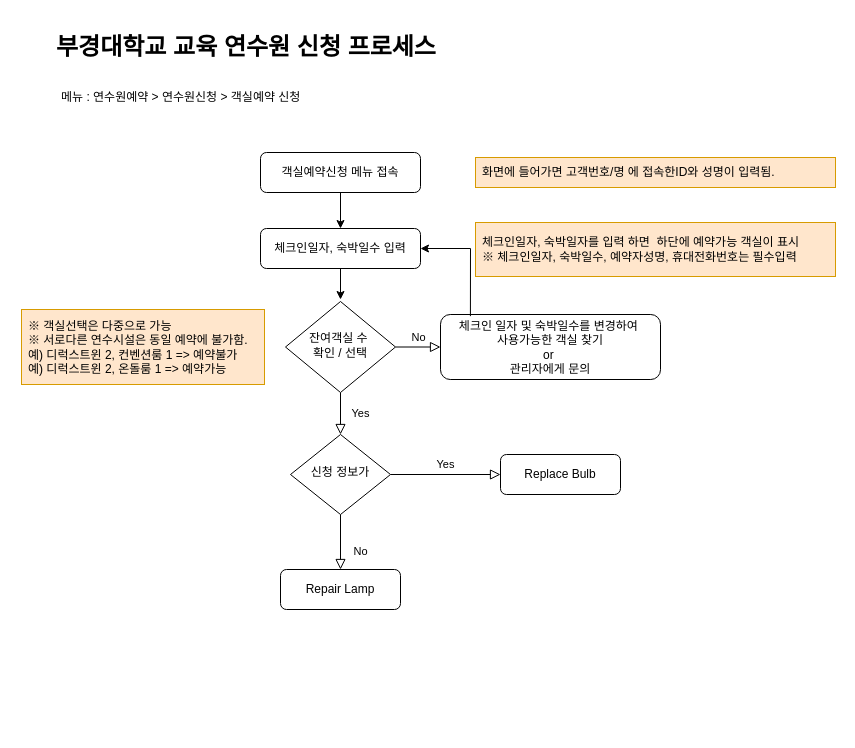
Above: Untitled Diagram.drawio in roykimm/diagram (draw.io), before the change. Source tidied: cells renumbered, new cells numbered last; positions are measured from the earlier drawing's top-left corner, leaving out a move shared by most shapes. Both pictures are drawn from the tidied source at 100%, with x=0, y=0 at pixel (21, 22).
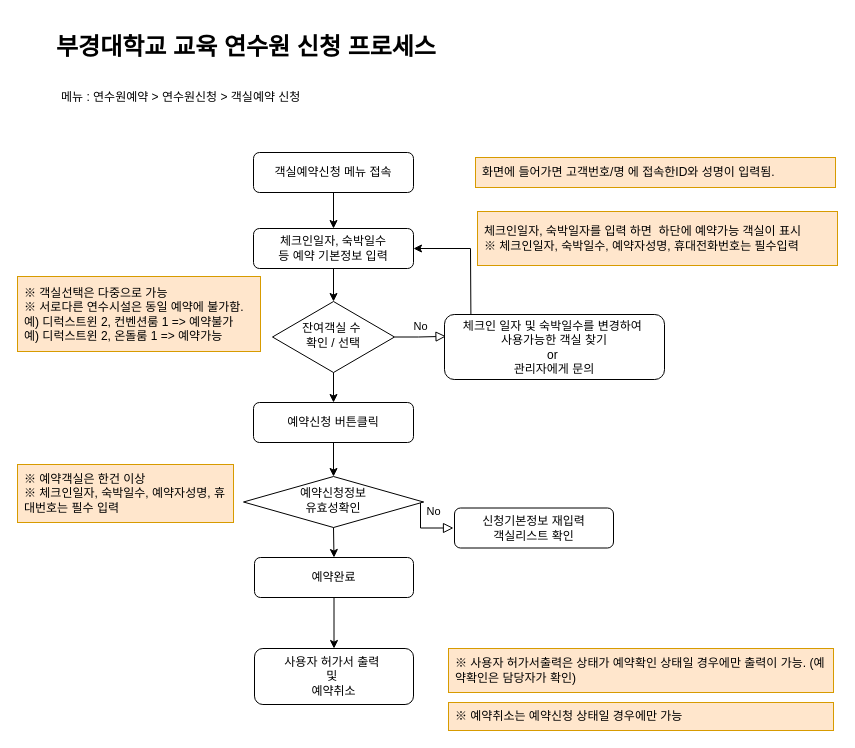
The same page after the edit.

What changed in the source:
```diff
@@
     <mxCell id="2" value="객실예약신청 메뉴 접속" style="rounded=1;whiteSpace=wrap;html=1;fontSize=12;glass=0;strokeWidth=1;shadow=0;" parent="1" vertex="1">
-      <mxGeometry x="239" y="130" width="160" height="40" as="geometry" />
+      <mxGeometry x="232" y="130" width="160" height="40" as="geometry" />
     </mxCell>
-    <mxCell id="3" value="Yes" style="rounded=0;html=1;jettySize=auto;fontSize=11;endArrow=block;endFill=0;endSize=8;strokeWidth=1;shadow=0;labelBackgroundColor=none;edgeStyle=orthogonalEdgeStyle;" parent="1" edge="1" source="5" target="9">
-      <mxGeometry y="20" relative="1" as="geometry" />
-    </mxCell>
-    <mxCell id="4" value="No" style="edgeStyle=orthogonalEdgeStyle;rounded=0;html=1;jettySize=auto;fontSize=11;endArrow=block;endFill=0;endSize=8;strokeWidth=1;shadow=0;labelBackgroundColor=none;entryX=0;entryY=0.5;entryDx=0;entryDy=0;" parent="1" edge="1" source="5" target="6">
-      <mxGeometry y="10" relative="1" as="geometry" />
+    <mxCell id="4" value="No" style="edgeStyle=orthogonalEdgeStyle;rounded=0;html=1;jettySize=auto;fontSize=11;endArrow=block;endFill=0;endSize=8;strokeWidth=1;shadow=0;labelBackgroundColor=none;entryX=0.007;entryY=0.336;entryDx=0;entryDy=0;entryPerimeter=0;exitX=1;exitY=0.5;exitDx=0;exitDy=0;" parent="1" edge="1" source="5" target="6">
+      <mxGeometry y="10" relative="1" as="geometry">
+        <Array as="points">
+          <mxPoint x="397" y="315" />
+        </Array>
+      </mxGeometry>
     </mxCell>
     <mxCell id="5" value="잔여객실 수&amp;nbsp;&lt;br&gt;확인 / 선택" style="rhombus;whiteSpace=wrap;html=1;shadow=0;fontFamily=Helvetica;fontSize=12;align=center;strokeWidth=1;spacing=6;spacingTop=-4;" parent="1" vertex="1">
-      <mxGeometry x="264" y="279" width="110" height="91" as="geometry" />
+      <mxGeometry x="251" y="279" width="122" height="71" as="geometry" />
     </mxCell>
     <mxCell id="6" value="체크인 일자 및 숙박일수를 변경하여&amp;nbsp;&lt;br&gt;사용가능한 객실 찾기&lt;br&gt;or&amp;nbsp;&lt;br&gt;관리자에게 문의" style="rounded=1;whiteSpace=wrap;html=1;fontSize=12;glass=0;strokeWidth=1;shadow=0;" parent="1" vertex="1">
-      <mxGeometry x="419" y="292" width="220" height="65" as="geometry" />
+      <mxGeometry x="423" y="292" width="220" height="65" as="geometry" />
     </mxCell>
-    <mxCell id="7" value="No" style="rounded=0;html=1;jettySize=auto;fontSize=11;endArrow=block;endFill=0;endSize=8;strokeWidth=1;shadow=0;labelBackgroundColor=none;edgeStyle=orthogonalEdgeStyle;" parent="1" edge="1" source="9" target="10">
-      <mxGeometry x="0.33" y="20" relative="1" as="geometry" />
+    <mxCell id="7" value="No" style="rounded=0;html=1;jettySize=auto;fontSize=11;endArrow=block;endFill=0;endSize=8;strokeWidth=1;shadow=0;labelBackgroundColor=none;edgeStyle=orthogonalEdgeStyle;exitX=1;exitY=0.5;exitDx=0;exitDy=0;entryX=0;entryY=0.5;entryDx=0;entryDy=0;" parent="1" edge="1" source="9">
+      <mxGeometry x="-0.33" y="16" relative="1" as="geometry">
+        <mxPoint x="432" y="505.5" as="targetPoint" />
+        <Array as="points">
+          <mxPoint x="399" y="480" />
+          <mxPoint x="399" y="506" />
+        </Array>
+        <mxPoint x="-3" y="-9" as="offset" />
+      </mxGeometry>
     </mxCell>
-    <mxCell id="8" value="Yes" style="edgeStyle=orthogonalEdgeStyle;rounded=0;html=1;jettySize=auto;fontSize=11;endArrow=block;endFill=0;endSize=8;strokeWidth=1;shadow=0;labelBackgroundColor=none;" parent="1" edge="1" source="9" target="11">
-      <mxGeometry y="10" relative="1" as="geometry" />
-    </mxCell>
-    <mxCell id="9" value="신청 정보가" style="rhombus;whiteSpace=wrap;html=1;shadow=0;fontFamily=Helvetica;fontSize=12;align=center;strokeWidth=1;spacing=6;spacingTop=-4;" parent="1" vertex="1">
-      <mxGeometry x="269" y="412" width="100" height="80" as="geometry" />
+    <mxCell id="9" value="예약신청정보&lt;br&gt;유효성확인" style="rhombus;whiteSpace=wrap;html=1;shadow=0;fontFamily=Helvetica;fontSize=12;align=center;strokeWidth=1;spacing=6;spacingTop=-4;" parent="1" vertex="1">
+      <mxGeometry x="222" y="454" width="180" height="51" as="geometry" />
     </mxCell>
-    <mxCell id="10" value="Repair Lamp" style="rounded=1;whiteSpace=wrap;html=1;fontSize=12;glass=0;strokeWidth=1;shadow=0;" parent="1" vertex="1">
-      <mxGeometry x="259" y="547" width="120" height="40" as="geometry" />
+    <mxCell id="10" value="예약완료" style="rounded=1;whiteSpace=wrap;html=1;fontSize=12;glass=0;strokeWidth=1;shadow=0;" parent="1" vertex="1">
+      <mxGeometry x="233" y="535" width="159" height="40" as="geometry" />
     </mxCell>
-    <mxCell id="11" value="Replace Bulb" style="rounded=1;whiteSpace=wrap;html=1;fontSize=12;glass=0;strokeWidth=1;shadow=0;" parent="1" vertex="1">
-      <mxGeometry x="479" y="432" width="120" height="40" as="geometry" />
+    <mxCell id="11" value="신청기본정보 재입력&lt;br&gt;객실리스트 확인" style="rounded=1;whiteSpace=wrap;html=1;fontSize=12;glass=0;strokeWidth=1;shadow=0;" parent="1" vertex="1">
+      <mxGeometry x="433" y="485.5" width="159" height="40" as="geometry" />
     </mxCell>
@@
-    <mxCell id="15" value="체크인일자, 숙박일수 입력" style="rounded=1;whiteSpace=wrap;html=1;fontSize=12;glass=0;strokeWidth=1;shadow=0;" parent="1" vertex="1">
-      <mxGeometry x="239" y="206" width="160" height="40" as="geometry" />
+    <mxCell id="15" value="체크인일자, 숙박일수&lt;br&gt;등 예약 기본정보 입력" style="rounded=1;whiteSpace=wrap;html=1;fontSize=12;glass=0;strokeWidth=1;shadow=0;" parent="1" vertex="1">
+      <mxGeometry x="232" y="206" width="160" height="40" as="geometry" />
     </mxCell>
     <mxCell id="16" value="체크인일자, 숙박일자를 입력 하면&amp;nbsp; 하단에 예약가능 객실이 표시&lt;br&gt;※ 체크인일자, 숙박일수, 예약자성명, 휴대전화번호는 필수입력" style="text;html=1;strokeColor=#d79b00;fillColor=#ffe6cc;align=left;verticalAlign=middle;whiteSpace=wrap;rounded=0;spacingLeft=5;" parent="1" vertex="1">
-      <mxGeometry x="454" y="200" width="360" height="54" as="geometry" />
+      <mxGeometry x="456" y="189" width="360" height="54" as="geometry" />
     </mxCell>
@@
-    <mxCell id="18" style="endArrow=classic;html=1;rounded=0;exitX=0.5;exitY=1;exitDx=0;exitDy=0;" parent="1" edge="1" source="15">
-      <mxGeometry relative="1" as="geometry">
-        <mxPoint x="319" y="277" as="targetPoint" />
-      </mxGeometry>
-    </mxCell>
-    <mxCell id="19" style="endArrow=classic;html=1;rounded=0;entryX=1;entryY=0.5;entryDx=0;entryDy=0;exitX=0.136;exitY=0.025;exitDx=0;exitDy=0;exitPerimeter=0;" parent="1" edge="1" source="6" target="15">
+    <mxCell id="19" style="endArrow=classic;html=1;rounded=0;entryX=1;entryY=0.5;entryDx=0;entryDy=0;exitX=0.12;exitY=0.003;exitDx=0;exitDy=0;exitPerimeter=0;" parent="1" edge="1" source="6" target="15">
       <mxGeometry relative="1" as="geometry">
         <Array as="points">
           <mxPoint x="449" y="226" />
         </Array>
       </mxGeometry>
     </mxCell>
     <mxCell id="20" value="※ 객실선택은 다중으로 가능&lt;br&gt;※ 서로다른 연수시설은 동일 예약에 불가함.&lt;br&gt;예) 디럭스트윈 2, 컨벤션룸 1 =&amp;gt; 예약불가&lt;br&gt;예) 디럭스트윈 2, 온돌룸 1 =&amp;gt; 예약가능&amp;nbsp;" style="text;html=1;strokeColor=#d79b00;fillColor=#ffe6cc;align=left;verticalAlign=middle;whiteSpace=wrap;rounded=0;spacingLeft=5;" parent="1" vertex="1">
-      <mxGeometry y="287" width="243" height="75" as="geometry" />
+      <mxGeometry x="-4" y="254" width="243" height="75" as="geometry" />
     </mxCell>
+    <mxCell id="21" value="예약신청 버튼클릭" style="rounded=1;whiteSpace=wrap;html=1;fontSize=12;glass=0;strokeWidth=1;shadow=0;" parent="1" vertex="1">
+      <mxGeometry x="232" y="380" width="160" height="40" as="geometry" />
+    </mxCell>
+    <mxCell id="22" style="endArrow=classic;html=1;rounded=0;exitX=0.5;exitY=1;exitDx=0;exitDy=0;entryX=0.5;entryY=0;entryDx=0;entryDy=0;" parent="1" edge="1" source="15" target="5">
+      <mxGeometry relative="1" as="geometry" />
+    </mxCell>
+    <mxCell id="23" style="endArrow=classic;html=1;rounded=0;exitX=0.5;exitY=1;exitDx=0;exitDy=0;entryX=0.5;entryY=0;entryDx=0;entryDy=0;" parent="1" edge="1" source="5" target="21">
+      <mxGeometry relative="1" as="geometry" />
+    </mxCell>
+    <mxCell id="24" style="endArrow=classic;html=1;rounded=0;exitX=0.5;exitY=1;exitDx=0;exitDy=0;entryX=0.5;entryY=0;entryDx=0;entryDy=0;" parent="1" edge="1" source="21" target="9">
+      <mxGeometry relative="1" as="geometry" />
+    </mxCell>
+    <mxCell id="25" style="endArrow=classic;html=1;rounded=0;exitX=0.5;exitY=1;exitDx=0;exitDy=0;entryX=0.5;entryY=0;entryDx=0;entryDy=0;" parent="1" edge="1" source="9" target="10">
+      <mxGeometry relative="1" as="geometry" />
+    </mxCell>
+    <mxCell id="26" value="※ 예약객실은 한건 이상&lt;br&gt;※ 체크인일자, 숙박일수, 예약자성명, 휴대번호는 필수 입력" style="text;html=1;strokeColor=#d79b00;fillColor=#ffe6cc;align=left;verticalAlign=middle;whiteSpace=wrap;rounded=0;spacingLeft=5;" parent="1" vertex="1">
+      <mxGeometry x="-4" y="442" width="216" height="58" as="geometry" />
+    </mxCell>
+    <mxCell id="27" value="사용자 허가서 출력&amp;nbsp;&lt;br&gt;및&amp;nbsp;&lt;br&gt;예약취소" style="rounded=1;whiteSpace=wrap;html=1;fontSize=12;glass=0;strokeWidth=1;shadow=0;" parent="1" vertex="1">
+      <mxGeometry x="233" y="626" width="159" height="56" as="geometry" />
+    </mxCell>
+    <mxCell id="28" style="endArrow=classic;html=1;rounded=0;exitX=0.5;exitY=1;exitDx=0;exitDy=0;entryX=0.5;entryY=0;entryDx=0;entryDy=0;" parent="1" edge="1" source="10" target="27">
+      <mxGeometry relative="1" as="geometry" />
+    </mxCell>
+    <mxCell id="29" value="※ 사용자 허가서출력은 상태가 예약확인 상태일 경우에만 출력이 가능. (예약확인은 담당자가 확인)" style="text;html=1;strokeColor=#d79b00;fillColor=#ffe6cc;align=left;verticalAlign=middle;whiteSpace=wrap;rounded=0;spacingLeft=5;" parent="1" vertex="1">
+      <mxGeometry x="427" y="626" width="385" height="44" as="geometry" />
+    </mxCell>
+    <mxCell id="30" value="※ 예약취소는 예약신청 상태일 경우에만 가능" style="text;html=1;strokeColor=#d79b00;fillColor=#ffe6cc;align=left;verticalAlign=middle;whiteSpace=wrap;rounded=0;spacingLeft=5;" parent="1" vertex="1">
+      <mxGeometry x="427" y="680" width="385" height="28" as="geometry" />
+    </mxCell>
```
